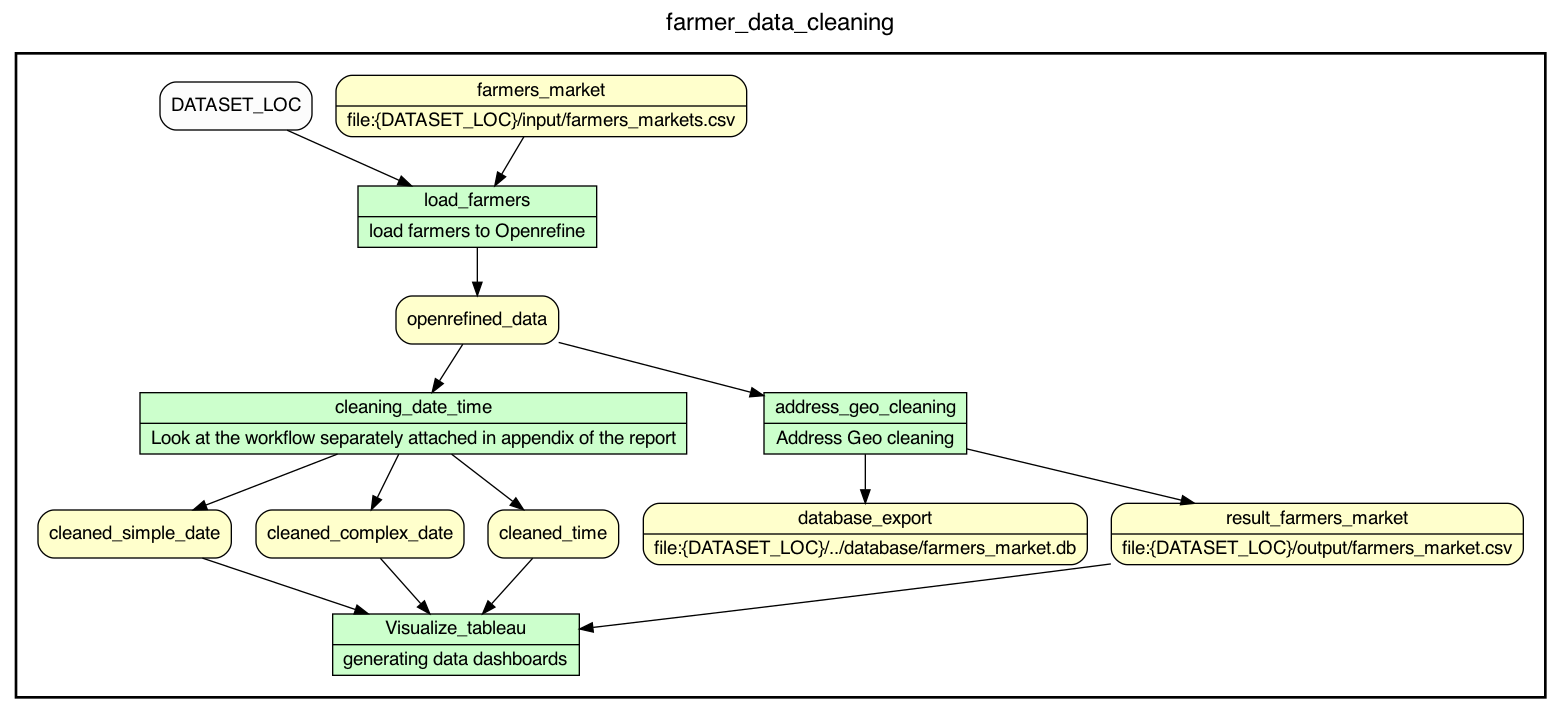
Before: provenance/complete_flow.png, a diagram exported from Graphviz (da230896/cs_513_project). Its source is kept beside it as provenance/complete_flow.gv.
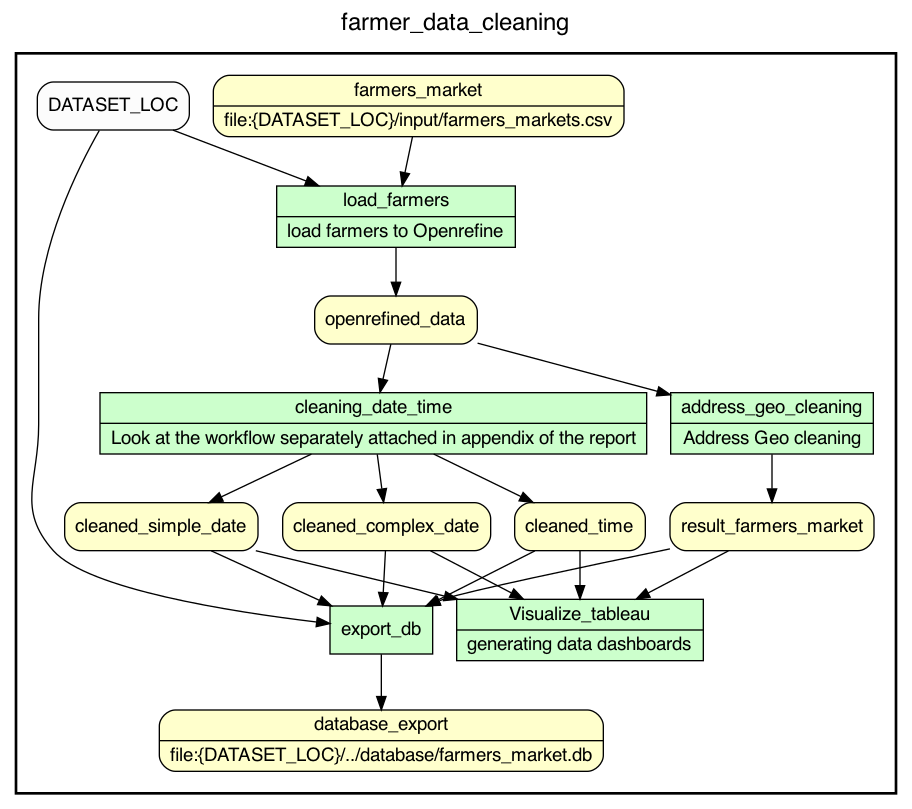
Later version of the same file.

Diff of the diagram source:
```diff
@@ -17,6 +17,7 @@
 load_farmers [shape=record rankdir=LR label="{<f0> load_farmers |<f1> load farmers to Openrefine}"];
 cleaning_date_time [shape=record rankdir=LR label="{<f0> cleaning_date_time |<f1> Look at the workflow separately attached in appendix of the report}"];
 address_geo_cleaning [shape=record rankdir=LR label="{<f0> address_geo_cleaning |<f1> Address Geo cleaning}"];
+export_db
 Visualize_tableau [shape=record rankdir=LR label="{<f0> Visualize_tableau |<f1> generating data dashboards}"];
 
 /* Style for nodes representing non-parameter data channels in workflow */
@@ -26,10 +27,10 @@
 database_export [shape=record rankdir=LR label="{<f0> database_export |<f1> file\:\{DATASET_LOC\}/../database/farmers_market.db}"];
 farmers_market [shape=record rankdir=LR label="{<f0> farmers_market |<f1> file\:\{DATASET_LOC\}/input/farmers_markets.csv}"];
 openrefined_data
-result_farmers_market [shape=record rankdir=LR label="{<f0> result_farmers_market |<f1> file\:\{DATASET_LOC\}/output/farmers_market.csv}"];
 cleaned_simple_date
 cleaned_complex_date
 cleaned_time
+result_farmers_market
 
 /* Style for nodes representing parameter channels in workflow */
 node[shape=box style="rounded,filled" fillcolor="#FCFCFC" peripheries=1 fontname=Helvetica]
@@ -44,9 +45,14 @@
 cleaning_date_time -> cleaned_complex_date
 cleaning_date_time -> cleaned_time
 openrefined_data -> cleaning_date_time
-address_geo_cleaning -> database_export
 address_geo_cleaning -> result_farmers_market
 openrefined_data -> address_geo_cleaning
+export_db -> database_export
+DATASET_LOC -> export_db
+cleaned_simple_date -> export_db
+cleaned_complex_date -> export_db
+cleaned_time -> export_db
+result_farmers_market -> export_db
 result_farmers_market -> Visualize_tableau
 cleaned_simple_date -> Visualize_tableau
 cleaned_complex_date -> Visualize_tableau
```
